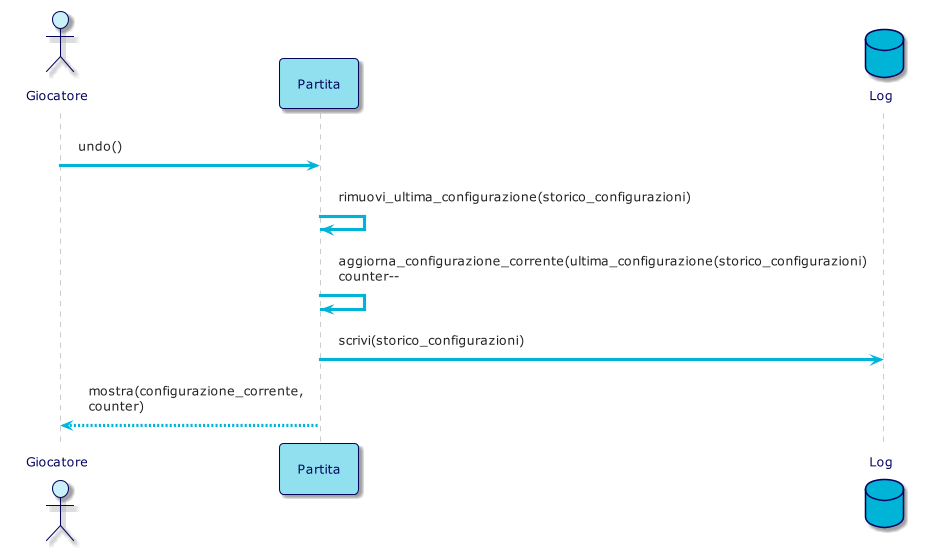
Before: resources/img/diagrams/InternalSequenceDiagram4.png, a diagram exported from PlantUML (bellins14/klotski_gruppo2).
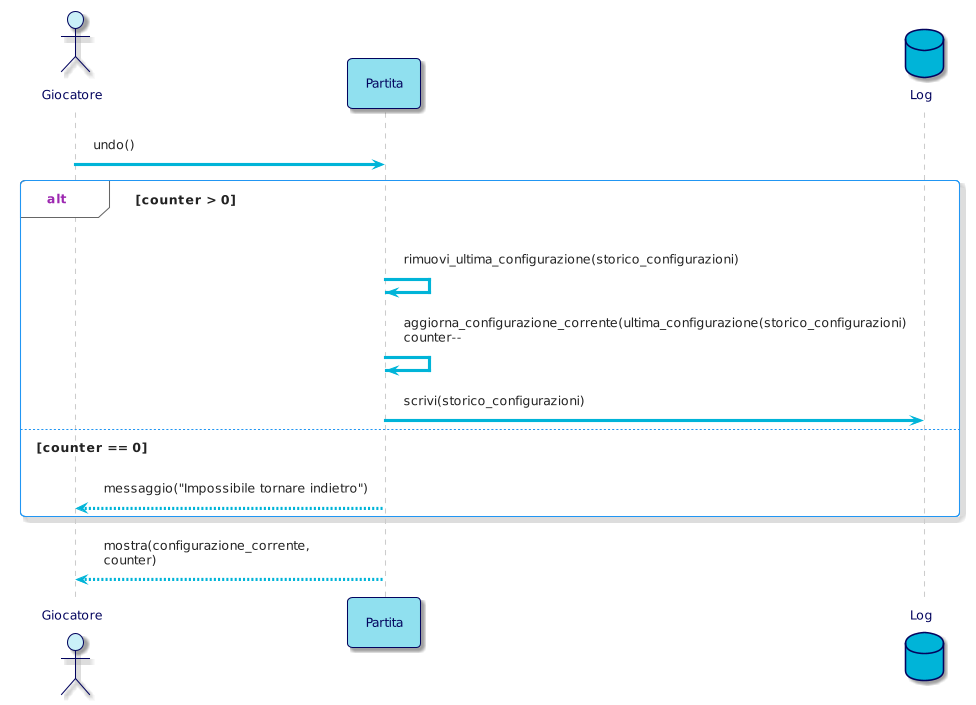
The same diagram one commit later.

Change to the diagram source:
```diff
@@ -19,10 +19,13 @@
 
 Giocatore -> Partita: undo()
 
-Partita -> Partita: rimuovi_ultima_configurazione(storico_configurazioni)
-Partita -> Partita: aggiorna_configurazione_corrente(ultima_configurazione(storico_configurazioni)\ncounter--
-Partita -> Log: scrivi(storico_configurazioni)
+alt counter > 0
+  Partita -> Partita: rimuovi_ultima_configurazione(storico_configurazioni)
+  Partita -> Partita: aggiorna_configurazione_corrente(ultima_configurazione(storico_configurazioni)\ncounter--
+  Partita -> Log: scrivi(storico_configurazioni)
+else counter == 0
+  Partita --> Giocatore: messaggio("Impossibile tornare indietro")
+end
 
 Partita --> Giocatore: mostra(configurazione_corrente,\ncounter)
-
 @enduml
```
